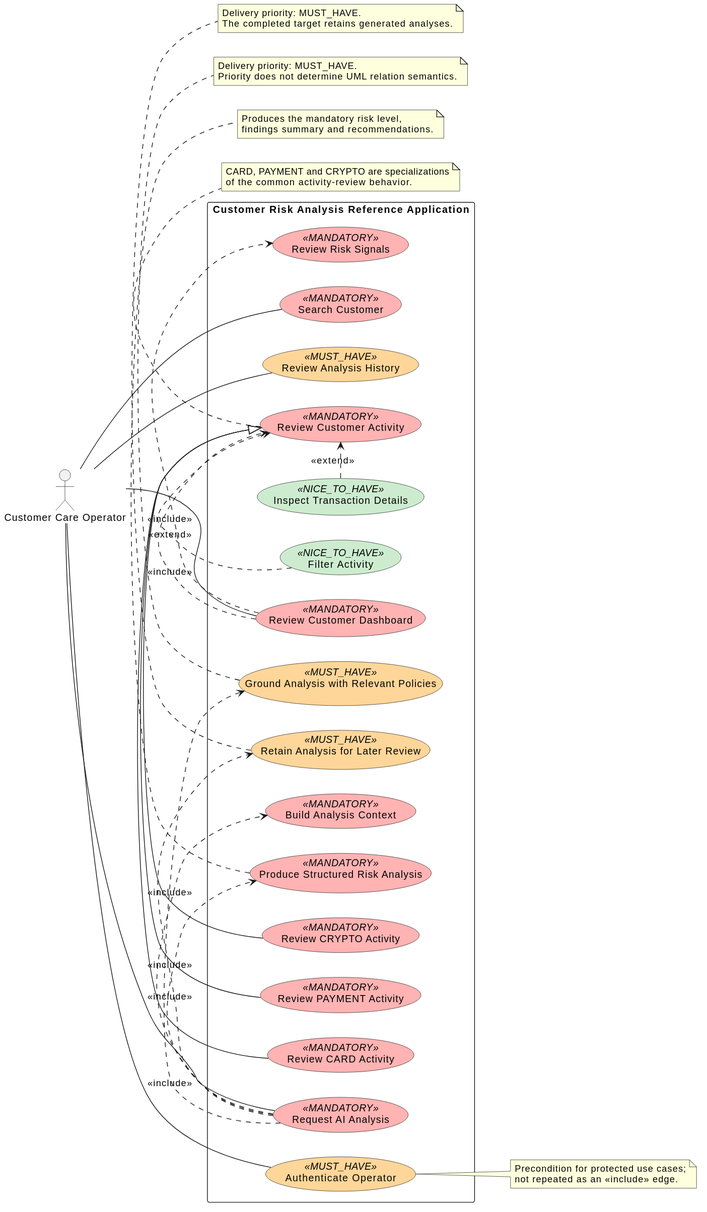
This is docs/assignment/Inception/diagrams/inception-functional-use-cases.svg from jdoe-dev-159753/specgraph-reference-app, a PlantUML export, as it was before one commit. The source it was exported from:
```plantuml
@startuml
left to right direction
actor "Customer Care Operator" as Operator

skinparam usecase {
  BackgroundColor<<MANDATORY>> #FFB3B3
  BackgroundColor<<MUST_HAVE>> #FFD699
  BackgroundColor<<NICE_TO_HAVE>> #CDECCF
}

rectangle "Customer Risk Analysis Reference Application" as SystemBoundary {
  usecase "Authenticate Operator" as UC_Auth <<MUST_HAVE>>
  usecase "Search Customer" as UC_Search <<MANDATORY>>
  usecase "Review Customer Dashboard" as UC_Dashboard <<MANDATORY>>

  usecase "Review Customer Activity" as UC_Activity <<MANDATORY>>
  usecase "Review CARD Activity" as UC_Card <<MANDATORY>>
  usecase "Review PAYMENT Activity" as UC_Payment <<MANDATORY>>
  usecase "Review CRYPTO Activity" as UC_Crypto <<MANDATORY>>
  usecase "Review Risk Signals" as UC_Risk <<MANDATORY>>

  usecase "Request AI Analysis" as UC_AI <<MANDATORY>>
  usecase "Build Analysis Context" as UC_Context <<MANDATORY>>
  usecase "Produce Structured Risk Analysis" as UC_Assessment <<MANDATORY>>
  usecase "Ground Analysis with Relevant Policies" as UC_Grounded <<MUST_HAVE>>
  usecase "Retain Analysis for Later Review" as UC_Retain <<MUST_HAVE>>
  usecase "Review Analysis History" as UC_History <<MUST_HAVE>>

  usecase "Filter Activity" as UC_Filter <<NICE_TO_HAVE>>
  usecase "Inspect Transaction Details" as UC_Detail <<NICE_TO_HAVE>>

  UC_Dashboard .> UC_Activity : <<include>>
  UC_Dashboard .> UC_Risk : <<include>>

  UC_Card -|> UC_Activity
  UC_Payment -|> UC_Activity
  UC_Crypto -|> UC_Activity

  UC_AI .> UC_Context : <<include>>
  UC_AI .> UC_Assessment : <<include>>
  UC_AI .> UC_Grounded : <<include>>
  UC_AI .> UC_Retain : <<include>>

  UC_Filter .> UC_Activity : <<extend>>
  UC_Detail .> UC_Activity : <<extend>>
}

Operator -- UC_Auth
Operator -- UC_Search
Operator -- UC_Dashboard
Operator -- UC_AI
Operator -- UC_History

note right of UC_Auth
  Precondition for protected use cases;
  not repeated as an <<include>> edge.
end note

note bottom of UC_Activity
  CARD, PAYMENT and CRYPTO are specializations
  of the common activity-review behavior.
end note

note bottom of UC_Assessment
  Produces the mandatory risk level,
  findings summary and recommendations.
end note

note bottom of UC_Grounded
  Delivery priority: MUST_HAVE.
  Priority does not determine UML relation semantics.
end note

note bottom of UC_Retain
  Delivery priority: MUST_HAVE.
  The completed target retains generated analyses.
end note
@enduml
```
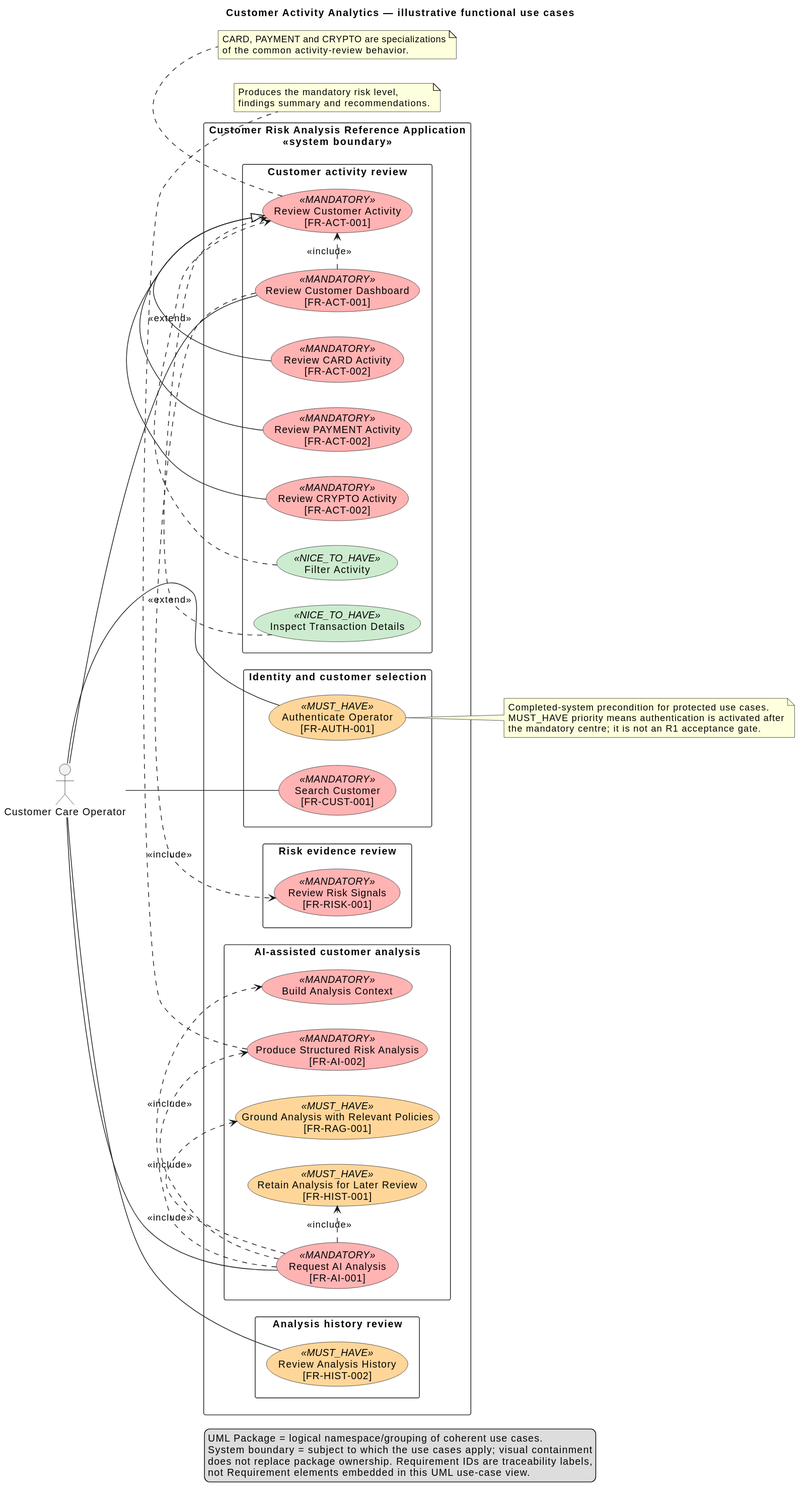
After the commit.

The edit, as a diff of the source:
```diff
@@ -1,5 +1,8 @@
 @startuml
+title Customer Activity Analytics — illustrative functional use cases
 left to right direction
+skinparam packageStyle rectangle
+skinparam shadowing false
 actor "Customer Care Operator" as Operator
 
 skinparam usecase {
@@ -8,26 +11,37 @@
   BackgroundColor<<NICE_TO_HAVE>> #CDECCF
 }
 
-rectangle "Customer Risk Analysis Reference Application" as SystemBoundary {
-  usecase "Authenticate Operator" as UC_Auth <<MUST_HAVE>>
-  usecase "Search Customer" as UC_Search <<MANDATORY>>
-  usecase "Review Customer Dashboard" as UC_Dashboard <<MANDATORY>>
+rectangle "Customer Risk Analysis Reference Application\n<<system boundary>>" as SystemBoundary {
+  package "Identity and customer selection" {
+    usecase "Authenticate Operator\n[FR-AUTH-001]" as UC_Auth <<MUST_HAVE>>
+    usecase "Search Customer\n[FR-CUST-001]" as UC_Search <<MANDATORY>>
+  }
 
-  usecase "Review Customer Activity" as UC_Activity <<MANDATORY>>
-  usecase "Review CARD Activity" as UC_Card <<MANDATORY>>
-  usecase "Review PAYMENT Activity" as UC_Payment <<MANDATORY>>
-  usecase "Review CRYPTO Activity" as UC_Crypto <<MANDATORY>>
-  usecase "Review Risk Signals" as UC_Risk <<MANDATORY>>
+  package "Customer activity review" {
+    usecase "Review Customer Dashboard\n[FR-ACT-001]" as UC_Dashboard <<MANDATORY>>
+    usecase "Review Customer Activity\n[FR-ACT-001]" as UC_Activity <<MANDATORY>>
+    usecase "Review CARD Activity\n[FR-ACT-002]" as UC_Card <<MANDATORY>>
+    usecase "Review PAYMENT Activity\n[FR-ACT-002]" as UC_Payment <<MANDATORY>>
+    usecase "Review CRYPTO Activity\n[FR-ACT-002]" as UC_Crypto <<MANDATORY>>
+    usecase "Filter Activity" as UC_Filter <<NICE_TO_HAVE>>
+    usecase "Inspect Transaction Details" as UC_Detail <<NICE_TO_HAVE>>
+  }
 
-  usecase "Request AI Analysis" as UC_AI <<MANDATORY>>
-  usecase "Build Analysis Context" as UC_Context <<MANDATORY>>
-  usecase "Produce Structured Risk Analysis" as UC_Assessment <<MANDATORY>>
-  usecase "Ground Analysis with Relevant Policies" as UC_Grounded <<MUST_HAVE>>
-  usecase "Retain Analysis for Later Review" as UC_Retain <<MUST_HAVE>>
-  usecase "Review Analysis History" as UC_History <<MUST_HAVE>>
+  package "Risk evidence review" {
+    usecase "Review Risk Signals\n[FR-RISK-001]" as UC_Risk <<MANDATORY>>
+  }
 
-  usecase "Filter Activity" as UC_Filter <<NICE_TO_HAVE>>
-  usecase "Inspect Transaction Details" as UC_Detail <<NICE_TO_HAVE>>
+  package "AI-assisted customer analysis" {
+    usecase "Request AI Analysis\n[FR-AI-001]" as UC_AI <<MANDATORY>>
+    usecase "Build Analysis Context" as UC_Context <<MANDATORY>>
+    usecase "Produce Structured Risk Analysis\n[FR-AI-002]" as UC_Assessment <<MANDATORY>>
+    usecase "Ground Analysis with Relevant Policies\n[FR-RAG-001]" as UC_Grounded <<MUST_HAVE>>
+    usecase "Retain Analysis for Later Review\n[FR-HIST-001]" as UC_Retain <<MUST_HAVE>>
+  }
+
+  package "Analysis history review" {
+    usecase "Review Analysis History\n[FR-HIST-002]" as UC_History <<MUST_HAVE>>
+  }
 
   UC_Dashboard .> UC_Activity : <<include>>
   UC_Dashboard .> UC_Risk : <<include>>
@@ -52,8 +66,9 @@
 Operator -- UC_History
 
 note right of UC_Auth
-  Precondition for protected use cases;
-  not repeated as an <<include>> edge.
+  Completed-system precondition for protected use cases.
+  MUST_HAVE priority means authentication is activated after
+  the mandatory centre; it is not an R1 acceptance gate.
 end note
 
 note bottom of UC_Activity
@@ -66,13 +81,10 @@
   findings summary and recommendations.
 end note
 
-note bottom of UC_Grounded
-  Delivery priority: MUST_HAVE.
-  Priority does not determine UML relation semantics.
-end note
-
-note bottom of UC_Retain
-  Delivery priority: MUST_HAVE.
-  The completed target retains generated analyses.
-end note
+legend bottom
+  UML Package = logical namespace/grouping of coherent use cases.
+  System boundary = subject to which the use cases apply; visual containment
+  does not replace package ownership. Requirement IDs are traceability labels,
+  not Requirement elements embedded in this UML use-case view.
+endlegend
 @enduml
```
